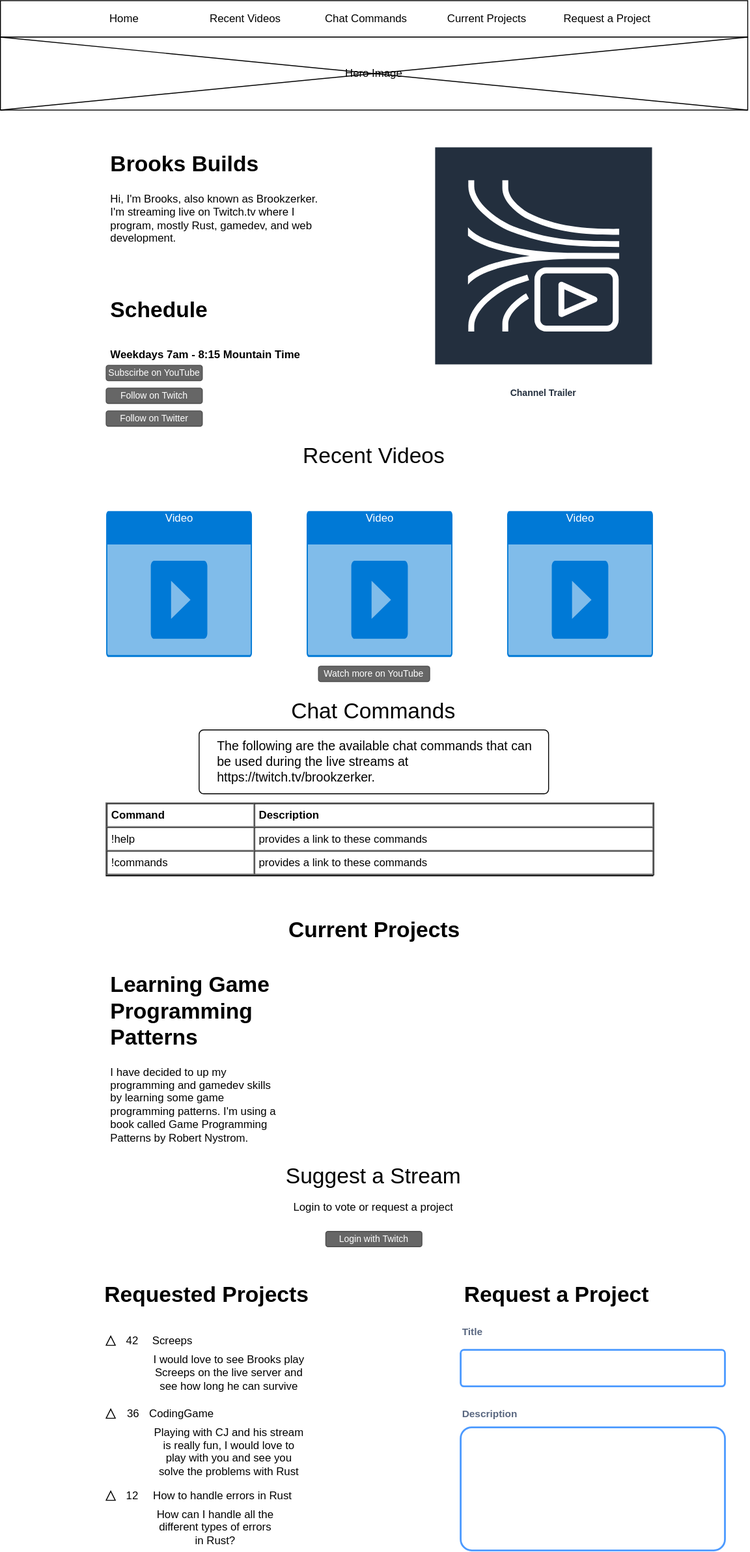
brooks-builds/brooks_builds_website keeps this draw.io diagram as plan/index_wireframe.drawio.svg. Above is the earlier version. Source tidied: cells renumbered, new cells last; positions are measured from the earlier drawing's top-left corner, leaving out a move shared by most shapes.
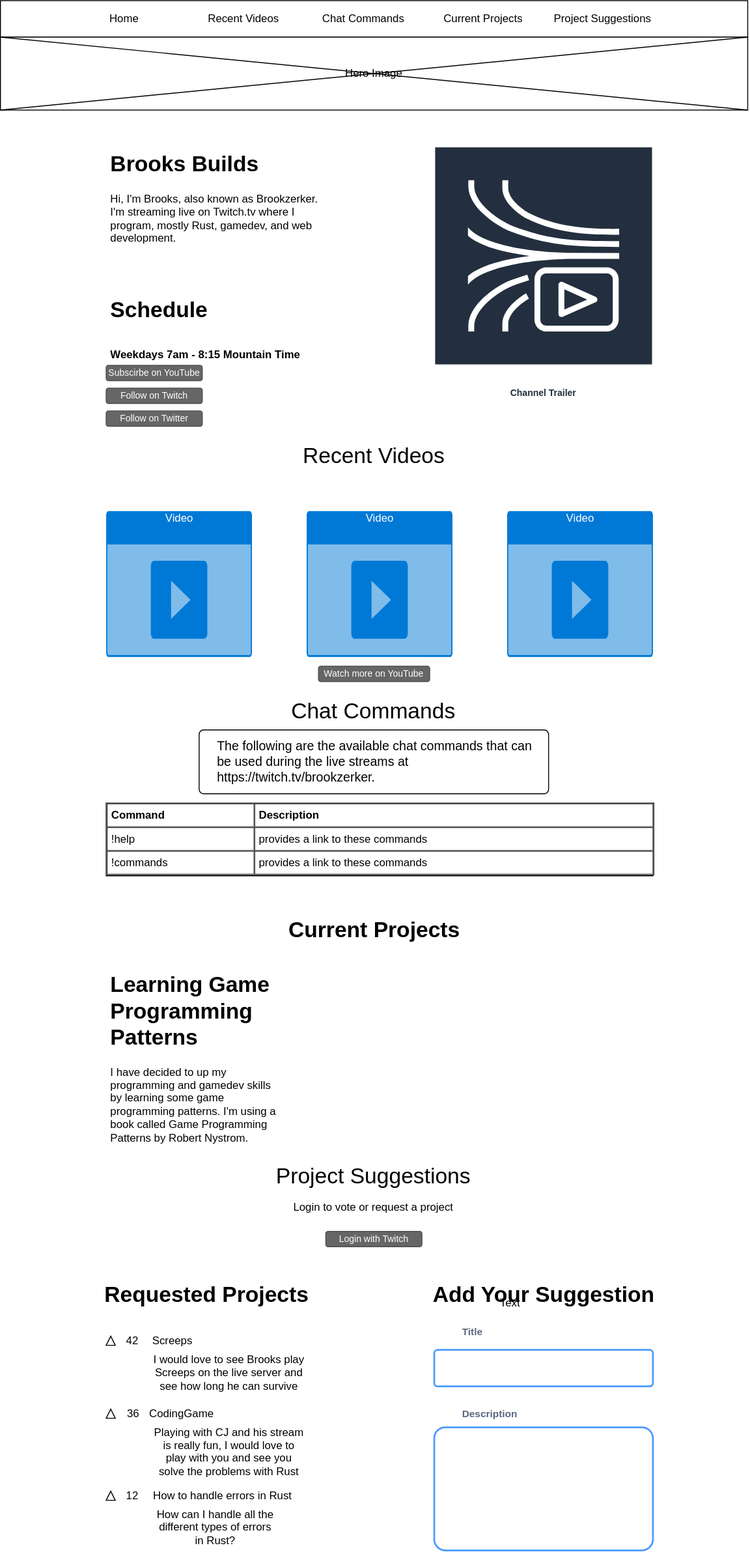
After the change.

Commit message:
changed wording for suggest a stream

What changed in the source:
```diff
@@ -39,7 +39,7 @@
       <mxGeometry x="325" y="490" width="170" height="20" as="geometry" />
     </mxCell>
     <mxCell id="14" value="Recent Videos" style="text;html=1;strokeColor=none;fillColor=none;align=center;verticalAlign=middle;whiteSpace=wrap;rounded=0;" parent="1" vertex="1">
-      <mxGeometry x="224" y="10" width="90" height="20" as="geometry" />
+      <mxGeometry x="222" y="10" width="90" height="20" as="geometry" />
     </mxCell>
     <mxCell id="15" value="Video" style="html=1;strokeColor=none;fillColor=#0079D6;labelPosition=center;verticalLabelPosition=middle;verticalAlign=top;align=center;fontSize=12;spacingTop=-6;fontColor=#FFFFFF;shape=mxgraph.sitemap.video;" parent="1" vertex="1">
       <mxGeometry x="116" y="560" width="160" height="160" as="geometry" />
@@ -57,7 +57,7 @@
       <mxGeometry x="309" y="770" width="201" height="20" as="geometry" />
     </mxCell>
     <mxCell id="20" value="Chat Commands" style="text;html=1;strokeColor=none;fillColor=none;align=center;verticalAlign=middle;whiteSpace=wrap;rounded=0;" parent="1" vertex="1">
-      <mxGeometry x="353" y="10" width="97" height="20" as="geometry" />
+      <mxGeometry x="350" y="10" width="97" height="20" as="geometry" />
     </mxCell>
     <mxCell id="21" value="The following are the available chat commands that can be used during the live streams at https://twitch.tv/brookzerker." style="html=1;shadow=0;dashed=0;shape=mxgraph.bootstrap.rrect;rSize=5;strokeWidth=1;whiteSpace=wrap;align=left;verticalAlign=middle;spacingLeft=10;fontSize=14;spacing=10;fillColor=none;" parent="1" vertex="1">
       <mxGeometry x="218" y="800" width="383.5" height="70" as="geometry" />
@@ -65,8 +65,8 @@
     <mxCell id="22" value="&lt;table cellpadding=&quot;4&quot; cellspacing=&quot;0&quot; border=&quot;1&quot; style=&quot;font-size: 1em ; width: 100% ; height: 100%&quot;&gt;&lt;tbody&gt;&lt;tr&gt;&lt;th&gt;Command&lt;/th&gt;&lt;th&gt;Description&lt;/th&gt;&lt;/tr&gt;&lt;tr&gt;&lt;td&gt;!help&lt;/td&gt;&lt;td&gt;provides a link to these commands&lt;/td&gt;&lt;/tr&gt;&lt;tr&gt;&lt;td&gt;!commands&lt;/td&gt;&lt;td&gt;provides a link to these commands&lt;br&gt;&lt;/td&gt;&lt;/tr&gt;&lt;/tbody&gt;&lt;/table&gt; " style="verticalAlign=top;align=left;overflow=fill;fontSize=12;fontFamily=Helvetica;html=1;fillColor=none;labelPadding=0;" parent="1" vertex="1">
       <mxGeometry x="116" y="880" width="600" height="80" as="geometry" />
     </mxCell>
-    <mxCell id="23" value="&lt;font style=&quot;font-size: 24px&quot;&gt;Suggest a Stream&lt;/font&gt;" style="text;html=1;strokeColor=none;fillColor=none;align=center;verticalAlign=middle;whiteSpace=wrap;rounded=0;" parent="1" vertex="1">
-      <mxGeometry x="309" y="1280" width="201" height="20" as="geometry" />
+    <mxCell id="23" value="&lt;font style=&quot;font-size: 24px&quot;&gt;Project Suggestions&lt;/font&gt;" style="text;html=1;strokeColor=none;fillColor=none;align=center;verticalAlign=middle;whiteSpace=wrap;rounded=0;" parent="1" vertex="1">
+      <mxGeometry x="301" y="1280" width="217" height="20" as="geometry" />
     </mxCell>
     <mxCell id="24" value="Current Projects" style="text;strokeColor=none;fillColor=none;html=1;fontSize=24;fontStyle=1;verticalAlign=middle;align=center;" parent="1" vertex="1">
       <mxGeometry x="315" y="1000" width="190" height="40" as="geometry" />
@@ -77,9 +77,12 @@
     <mxCell id="26" value="Requested Projects" style="text;strokeColor=none;fillColor=none;html=1;fontSize=24;fontStyle=1;verticalAlign=middle;align=center;" parent="1" vertex="1">
       <mxGeometry x="116" y="1400" width="220" height="40" as="geometry" />
     </mxCell>
-    <mxCell id="27" value="Request a Project" style="text;strokeColor=none;fillColor=none;html=1;fontSize=24;fontStyle=1;verticalAlign=middle;align=center;" parent="1" vertex="1">
-      <mxGeometry x="505" y="1400" width="210" height="40" as="geometry" />
+    <mxCell id="27" value="Add Your Suggestion" style="text;strokeColor=none;fillColor=none;html=1;fontSize=24;fontStyle=1;verticalAlign=middle;align=center;" parent="1" vertex="1">
+      <mxGeometry x="476" y="1400" width="240" height="40" as="geometry" />
     </mxCell>
+    <mxCell id="51" value="Text" style="text;html=1;align=center;verticalAlign=middle;" parent="27" vertex="1">
+      <mxGeometry x="62.9" y="19" width="40" height="20" as="geometry" />
+    </mxCell>
     <mxCell id="28" style="group;" parent="1" vertex="1">
       <mxGeometry x="116" y="1630" width="207.8" height="20" as="geometry" />
     </mxCell>
@@ -117,7 +120,7 @@
       <mxGeometry x="505" y="1450" width="240" height="20" as="geometry" />
     </mxCell>
     <mxCell id="40" style="rounded=1;arcSize=9;align=left;spacingLeft=5;strokeColor=#4C9AFF;html=1;strokeWidth=2;fontSize=12;fillColor=none;" parent="1" vertex="1">
-      <mxGeometry x="505" y="1480" width="290" height="40" as="geometry" />
+      <mxGeometry x="476" y="1480" width="240" height="40" as="geometry" />
     </mxCell>
     <object id="41" label="I would love to see Brooks play Screeps on the live server and see how long he can survive" name="Variable" placeholders="1">
       <mxCell style="text;html=1;strokeColor=none;fillColor=none;align=center;verticalAlign=middle;whiteSpace=wrap;overflow=hidden;" parent="1" vertex="1">
@@ -141,7 +144,7 @@
       <mxGeometry x="505" y="1540" width="240" height="20" as="geometry" />
     </mxCell>
     <mxCell id="46" style="rounded=1;arcSize=9;align=left;spacingLeft=5;strokeColor=#4C9AFF;html=1;strokeWidth=2;fontSize=12;fillColor=none;" parent="1" vertex="1">
-      <mxGeometry x="505" y="1565" width="290" height="135" as="geometry" />
+      <mxGeometry x="476" y="1565" width="240" height="135" as="geometry" />
     </mxCell>
     <object id="47" label="Login to vote or request a project" name="Variable" placeholders="1">
       <mxCell style="text;html=1;strokeColor=none;fillColor=none;align=center;verticalAlign=middle;whiteSpace=wrap;overflow=hidden;" parent="1" vertex="1">
@@ -152,10 +155,10 @@
       <mxGeometry x="357" y="1350" width="105.5" height="16.9" as="geometry" />
     </mxCell>
     <mxCell id="49" value="Current Projects" style="text;html=1;strokeColor=none;fillColor=none;align=center;verticalAlign=middle;whiteSpace=wrap;rounded=0;" parent="1" vertex="1">
-      <mxGeometry x="486" y="10" width="96" height="20" as="geometry" />
+      <mxGeometry x="482" y="10" width="96" height="20" as="geometry" />
     </mxCell>
-    <mxCell id="50" value="Request a Project" style="text;html=1;strokeColor=none;fillColor=none;align=center;verticalAlign=middle;whiteSpace=wrap;rounded=0;" parent="1" vertex="1">
-      <mxGeometry x="616" y="10" width="100" height="20" as="geometry" />
+    <mxCell id="50" value="Project Suggestions" style="text;html=1;strokeColor=none;fillColor=none;align=center;verticalAlign=middle;whiteSpace=wrap;rounded=0;" parent="1" vertex="1">
+      <mxGeometry x="606" y="10" width="110" height="20" as="geometry" />
     </mxCell>
   </root>
 </mxGraphModel>
```
